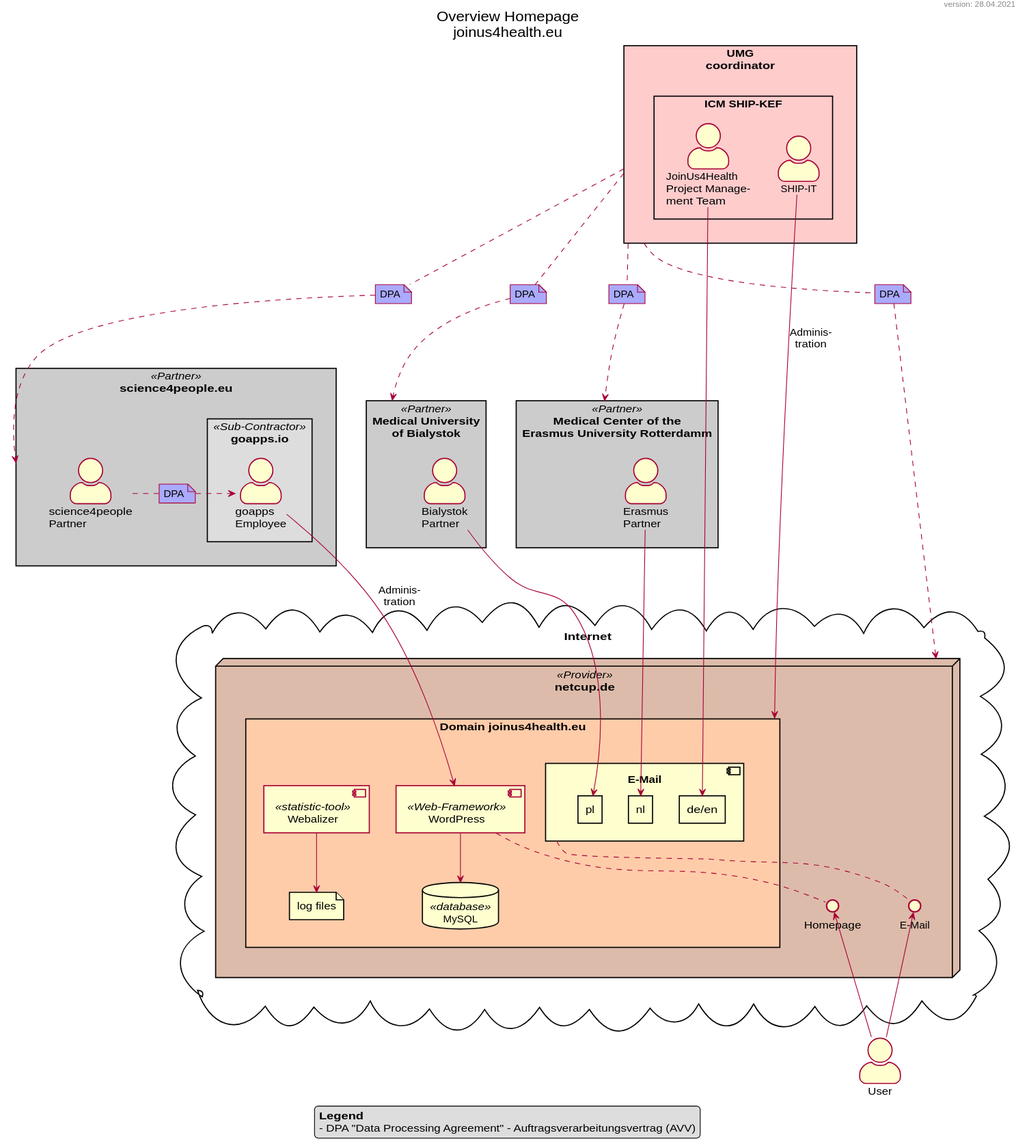
Earlier version of the PlantUML export technical/homepage/uml/homepage_overview_data_flow.svg (JoinUs4Health/Organisation). The source it was exported from:
```plantuml
@startuml

skinparam shadowing false

title: Overview Homepage\njoinus4health.eu
header version: %date("dd.MM.yyyy")

skinparam actorStyle awesome
skinparam rectangleBackgroundColor<<Partner>> #cccccc
skinparam componentBackgroundColor #fefece

legend
**Legend**
- DPA "Data Processing Agreement" - Auftragsverarbeitungsvertrag (AVV)
end legend

actor "User" as user

rectangle "UMG\ncoordinator" as umg #ffcccc {
    rectangle "ICM SHIP-KEF" {
        actor "SHIP-IT" as ship
        actor "JoinUs4Health\nProject Manage-\nment Team" as umg_team
    }
}

rectangle "science4people.eu" <<Partner>> as s4p {
    actor "science4people\nPartner" as s4p_partner
    rectangle "goapps.io" <<Sub-Contractor>> as go #dddddd {
        actor "goapps\nEmployee" as go_partner
    }
    note "DPA" as a_sg #aaaaff
    s4p_partner . a_sg
    a_sg .> go_partner
}

rectangle "Medical University\nof Bialystok" <<Partner>> as bi {
    actor "Bialystok\nPartner" as bi_partner
}

rectangle "Medical Center of the\nErasmus University Rotterdamm" <<Partner>> as erasmus {
    actor "Erasmus\nPartner" as erasmus_partner
}

cloud "Internet" {
    node "netcup.de" <<Provider>> as netcup #ddbbaa {
        rectangle "Domain joinus4health.eu" as webspace #ffccaa {
            component "WordPress" <<Web-Framework>> as wp
            database "MySQL" <<database>> as my
            file "log files" as log
            component "Webalizer" <<statistic-tool>> as stats
            component "E-Mail" as email {
                rectangle "de/en" as e_de
                rectangle "pl" as e_pl
                rectangle "nl" as e_nl
            }
            wp --> my
            stats --> log
        }
        interface "Homepage" as i_web
        interface "E-Mail" as i_mail
        i_web .u. wp
        i_mail .u. email
    }
}

note "DPA" as a_us #aaaaff
umg .. a_us
a_us ..> s4p
note "DPA" as a_ub #aaaaff
umg .. a_ub
a_ub ..> bi
note "DPA" as a_ue #aaaaff
umg .. a_ue
a_ue ..> erasmus
note "DPA" as a_un #aaaaff
umg .. a_un
a_un ..> netcup

ship        -->     webspace    : Adminis-\ntration
go_partner  -->     wp          : Adminis-\ntration

umg_team        --> e_de
bi_partner      --> e_pl
erasmus_partner --> e_nl

user    -u-> i_web
user    -u-> i_mail

@enduml
```
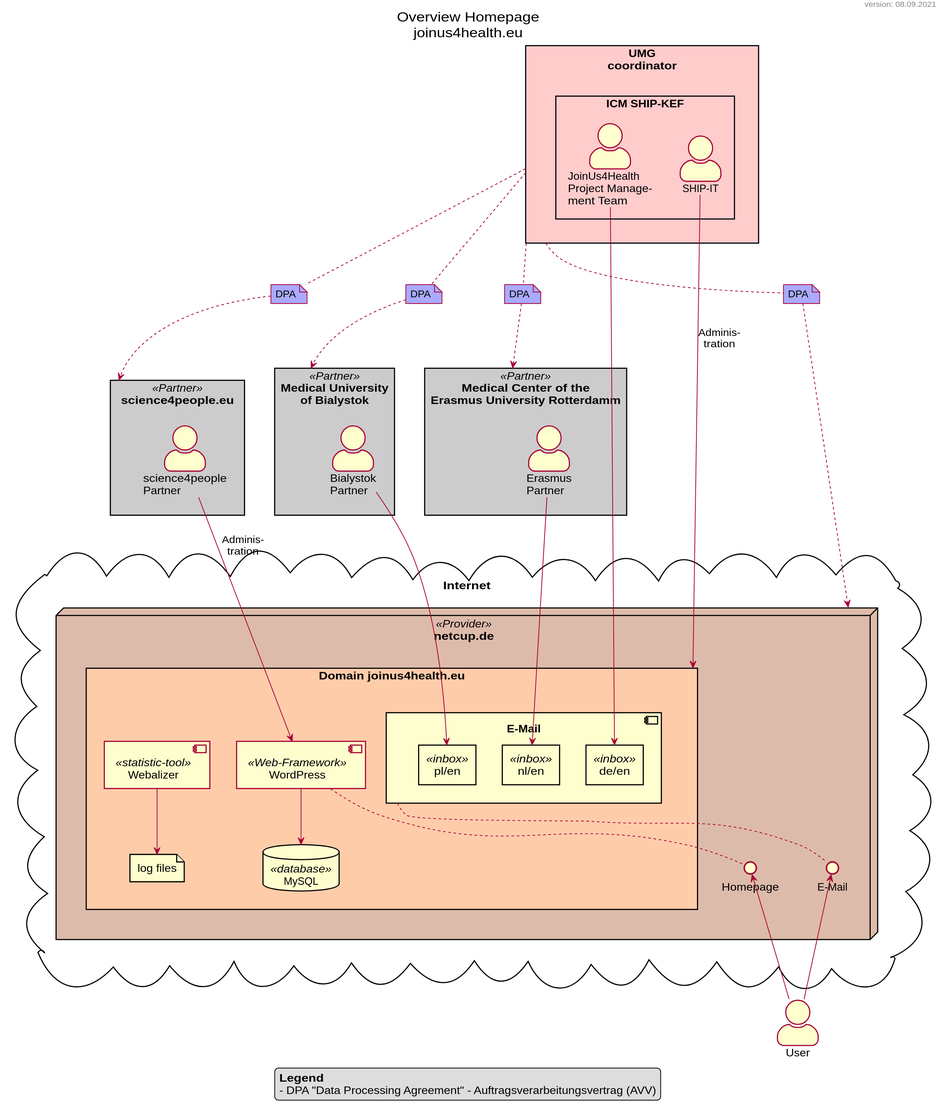
Above is the later version.

Commit message:
updated homepage_overview_data_flow

Diff of the diagram source:
```diff
@@ -1,6 +1,7 @@
 @startuml
 
 skinparam shadowing false
+scale 2
 
 title: Overview Homepage\njoinus4health.eu
 header version: %date("dd.MM.yyyy")
@@ -25,12 +26,6 @@
 
 rectangle "science4people.eu" <<Partner>> as s4p {
     actor "science4people\nPartner" as s4p_partner
-    rectangle "goapps.io" <<Sub-Contractor>> as go #dddddd {
-        actor "goapps\nEmployee" as go_partner
-    }
-    note "DPA" as a_sg #aaaaff
-    s4p_partner . a_sg
-    a_sg .> go_partner
 }
 
 rectangle "Medical University\nof Bialystok" <<Partner>> as bi {
@@ -49,9 +44,9 @@
             file "log files" as log
             component "Webalizer" <<statistic-tool>> as stats
             component "E-Mail" as email {
-                rectangle "de/en" as e_de
-                rectangle "pl" as e_pl
-                rectangle "nl" as e_nl
+                rectangle "de/en" <<inbox>> as e_de
+                rectangle "pl/en" <<inbox>> as e_pl
+                rectangle "nl/en" <<inbox>> as e_nl
             }
             wp --> my
             stats --> log
@@ -77,7 +72,7 @@
 a_un ..> netcup
 
 ship        -->     webspace    : Adminis-\ntration
-go_partner  -->     wp          : Adminis-\ntration
+s4p_partner -->     wp          : Adminis-\ntration
 
 umg_team        --> e_de
 bi_partner      --> e_pl
```
